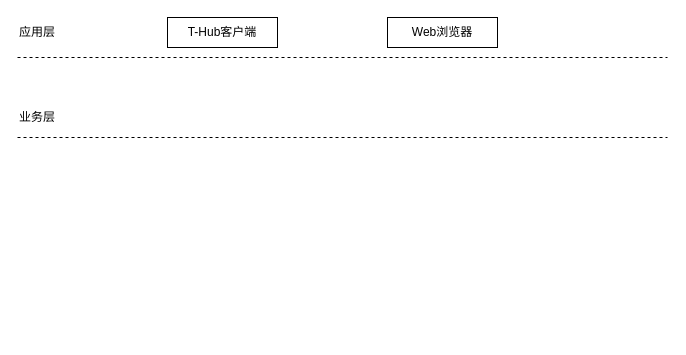
The draw.io diagram Untitled Diagram.drawio in zss007/zepto, before the edit. Source tidied: cells renumbered, new cells numbered last; positions are measured from the earlier drawing's top-left corner, leaving out a move shared by most shapes. Both pictures are drawn from the tidied source at 100%, with x=0, y=0 at pixel (17, 17).
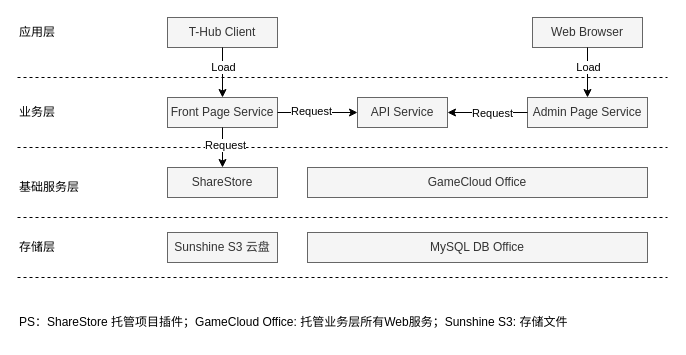
After the change.

Diff of the diagram source:
```diff
@@
     <mxCell id="2" style="endArrow=none;dashed=1;html=1;" parent="1" edge="1">
       <mxGeometry relative="1" as="geometry">
-        <mxPoint y="40" as="sourcePoint" />
-        <mxPoint x="650" y="40" as="targetPoint" />
+        <mxPoint y="60" as="sourcePoint" />
+        <mxPoint x="650" y="60" as="targetPoint" />
       </mxGeometry>
     </mxCell>
-    <mxCell id="3" value="应用层" style="text;html=1;strokeColor=none;fillColor=none;align=center;verticalAlign=middle;whiteSpace=wrap;rounded=0;" parent="1" vertex="1">
+    <mxCell id="3" value="应用层" style="text;html=1;strokeColor=none;fillColor=none;align=left;verticalAlign=middle;whiteSpace=wrap;rounded=0;" parent="1" vertex="1">
       <mxGeometry y="5" width="40" height="20" as="geometry" />
     </mxCell>
-    <mxCell id="4" value="T-Hub客户端" style="rounded=0;whiteSpace=wrap;html=1;" parent="1" vertex="1">
+    <mxCell id="4" value="T-Hub Client" style="rounded=0;whiteSpace=wrap;html=1;fillColor=#f5f5f5;strokeColor=#666666;fontColor=#333333;" parent="1" vertex="1">
       <mxGeometry x="150" width="110" height="30" as="geometry" />
     </mxCell>
-    <mxCell id="5" value="Web浏览器" style="rounded=0;whiteSpace=wrap;html=1;" parent="1" vertex="1">
-      <mxGeometry x="370" width="110" height="30" as="geometry" />
+    <mxCell id="5" value="Web Browser" style="rounded=0;whiteSpace=wrap;html=1;fillColor=#f5f5f5;strokeColor=#666666;fontColor=#333333;" parent="1" vertex="1">
+      <mxGeometry x="515" width="110" height="30" as="geometry" />
     </mxCell>
     <mxCell id="6" style="endArrow=none;dashed=1;html=1;" parent="1" edge="1">
       <mxGeometry relative="1" as="geometry">
-        <mxPoint y="120" as="sourcePoint" />
-        <mxPoint x="650" y="120" as="targetPoint" />
+        <mxPoint y="130" as="sourcePoint" />
+        <mxPoint x="650" y="130" as="targetPoint" />
       </mxGeometry>
     </mxCell>
-    <mxCell id="7" value="业务层" style="text;html=1;strokeColor=none;fillColor=none;align=center;verticalAlign=middle;whiteSpace=wrap;rounded=0;" parent="1" vertex="1">
-      <mxGeometry y="90" width="40" height="20" as="geometry" />
+    <mxCell id="7" value="业务层" style="text;html=1;strokeColor=none;fillColor=none;align=left;verticalAlign=middle;whiteSpace=wrap;rounded=0;" parent="1" vertex="1">
+      <mxGeometry y="85" width="40" height="20" as="geometry" />
     </mxCell>
+    <mxCell id="8" value="Front Page Service" style="rounded=0;whiteSpace=wrap;html=1;fillColor=#f5f5f5;strokeColor=#666666;fontColor=#333333;" parent="1" vertex="1">
+      <mxGeometry x="150" y="80" width="110" height="30" as="geometry" />
+    </mxCell>
+    <mxCell id="9" value="Admin Page Service" style="rounded=0;whiteSpace=wrap;html=1;fillColor=#f5f5f5;strokeColor=#666666;fontColor=#333333;" parent="1" vertex="1">
+      <mxGeometry x="510" y="80" width="120" height="30" as="geometry" />
+    </mxCell>
+    <mxCell id="10" style="endArrow=classic;html=1;exitX=0.5;exitY=1;exitDx=0;exitDy=0;entryX=0.5;entryY=0;entryDx=0;entryDy=0;" parent="1" edge="1" source="4" target="8">
+      <mxGeometry relative="1" as="geometry" />
+    </mxCell>
+    <mxCell id="11" value="Load" style="edgeLabel;html=1;align=center;verticalAlign=middle;" parent="10" vertex="1">
+      <mxGeometry x="-0.24" y="3" relative="1" as="geometry">
+        <mxPoint x="-3" as="offset" />
+      </mxGeometry>
+    </mxCell>
+    <mxCell id="12" style="endArrow=classic;html=1;exitX=0.5;exitY=1;exitDx=0;exitDy=0;entryX=0.5;entryY=0;entryDx=0;entryDy=0;" parent="1" edge="1" source="5" target="9">
+      <mxGeometry relative="1" as="geometry" />
+    </mxCell>
+    <mxCell id="13" value="Load" style="edgeLabel;html=1;align=center;verticalAlign=middle;" parent="12" vertex="1">
+      <mxGeometry x="-0.24" y="3" relative="1" as="geometry">
+        <mxPoint x="-3" as="offset" />
+      </mxGeometry>
+    </mxCell>
+    <mxCell id="14" value="API Service" style="rounded=0;whiteSpace=wrap;html=1;fillColor=#f5f5f5;strokeColor=#666666;fontColor=#333333;" parent="1" vertex="1">
+      <mxGeometry x="340" y="80" width="90" height="30" as="geometry" />
+    </mxCell>
+    <mxCell id="15" style="endArrow=classic;html=1;exitX=0;exitY=0.5;exitDx=0;exitDy=0;entryX=1;entryY=0.5;entryDx=0;entryDy=0;" parent="1" edge="1" source="9" target="14">
+      <mxGeometry relative="1" as="geometry" />
+    </mxCell>
+    <mxCell id="16" value="Request" style="edgeLabel;html=1;align=center;verticalAlign=middle;" parent="15" vertex="1">
+      <mxGeometry x="-0.09" y="2" relative="1" as="geometry">
+        <mxPoint y="-2" as="offset" />
+      </mxGeometry>
+    </mxCell>
+    <mxCell id="17" style="endArrow=classic;html=1;exitX=1;exitY=0.5;exitDx=0;exitDy=0;entryX=0;entryY=0.5;entryDx=0;entryDy=0;" parent="1" edge="1" source="8" target="14">
+      <mxGeometry relative="1" as="geometry" />
+    </mxCell>
+    <mxCell id="18" value="Request" style="edgeLabel;html=1;align=center;verticalAlign=middle;" parent="17" vertex="1">
+      <mxGeometry x="-0.17" y="3" relative="1" as="geometry">
+        <mxPoint y="1" as="offset" />
+      </mxGeometry>
+    </mxCell>
+    <mxCell id="19" style="endArrow=none;dashed=1;html=1;" parent="1" edge="1">
+      <mxGeometry relative="1" as="geometry">
+        <mxPoint y="200" as="sourcePoint" />
+        <mxPoint x="650" y="200" as="targetPoint" />
+      </mxGeometry>
+    </mxCell>
+    <mxCell id="20" value="基础服务层" style="text;html=1;strokeColor=none;fillColor=none;align=left;verticalAlign=middle;whiteSpace=wrap;rounded=0;" parent="1" vertex="1">
+      <mxGeometry y="160" width="70" height="20" as="geometry" />
+    </mxCell>
+    <mxCell id="21" value="存储层" style="text;html=1;strokeColor=none;fillColor=none;align=left;verticalAlign=middle;whiteSpace=wrap;rounded=0;" parent="1" vertex="1">
+      <mxGeometry y="220" width="70" height="20" as="geometry" />
+    </mxCell>
+    <mxCell id="22" style="endArrow=none;dashed=1;html=1;" parent="1" edge="1">
+      <mxGeometry relative="1" as="geometry">
+        <mxPoint y="260" as="sourcePoint" />
+        <mxPoint x="650" y="260" as="targetPoint" />
+      </mxGeometry>
+    </mxCell>
+    <mxCell id="23" value="GameCloud Office" style="rounded=0;whiteSpace=wrap;html=1;fillColor=#f5f5f5;strokeColor=#666666;fontColor=#333333;" parent="1" vertex="1">
+      <mxGeometry x="290" y="150" width="340" height="30" as="geometry" />
+    </mxCell>
+    <mxCell id="24" style="edgeStyle=orthogonalEdgeStyle;rounded=0;jettySize=auto;html=1;exitX=0.5;exitY=0;exitDx=0;exitDy=0;" parent="1" edge="1" source="25">
+      <mxGeometry relative="1" as="geometry">
+        <mxPoint x="205" y="150" as="targetPoint" />
+      </mxGeometry>
+    </mxCell>
+    <mxCell id="25" value="ShareStore" style="rounded=0;whiteSpace=wrap;html=1;fillColor=#f5f5f5;strokeColor=#666666;fontColor=#333333;" parent="1" vertex="1">
+      <mxGeometry x="150" y="150" width="110" height="30" as="geometry" />
+    </mxCell>
+    <mxCell id="26" value="MySQL DB Office" style="rounded=0;whiteSpace=wrap;html=1;fillColor=#f5f5f5;strokeColor=#666666;fontColor=#333333;" parent="1" vertex="1">
+      <mxGeometry x="290" y="215" width="340" height="30" as="geometry" />
+    </mxCell>
+    <mxCell id="27" value="Sunshine S3 云盘" style="rounded=0;whiteSpace=wrap;html=1;fillColor=#f5f5f5;strokeColor=#666666;fontColor=#333333;" parent="1" vertex="1">
+      <mxGeometry x="150" y="215" width="110" height="30" as="geometry" />
+    </mxCell>
+    <mxCell id="28" value="PS：ShareStore 托管项目插件；GameCloud Office: 托管业务层所有Web服务；Sunshine S3: 存储文件" style="text;html=1;strokeColor=none;fillColor=none;align=left;verticalAlign=middle;whiteSpace=wrap;rounded=0;" parent="1" vertex="1">
+      <mxGeometry y="290" width="640" height="30" as="geometry" />
+    </mxCell>
+    <mxCell id="29" style="endArrow=classic;html=1;exitX=0.5;exitY=1;exitDx=0;exitDy=0;" parent="1" edge="1" source="8">
+      <mxGeometry relative="1" as="geometry">
+        <mxPoint x="205" y="150" as="targetPoint" />
+      </mxGeometry>
+    </mxCell>
+    <mxCell id="30" value="Request" style="edgeLabel;html=1;align=center;verticalAlign=middle;" parent="29" vertex="1">
+      <mxGeometry x="-0.17" y="2" relative="1" as="geometry" />
+    </mxCell>
```
